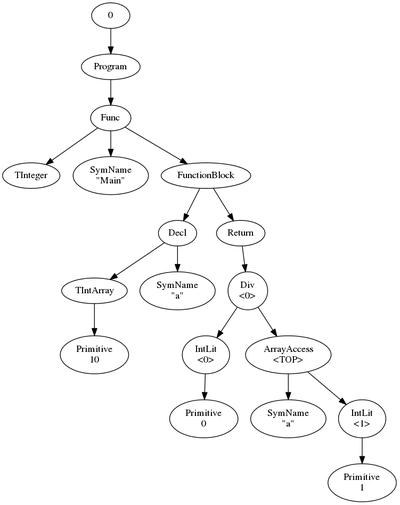
Before: typecheck/testProgram.png, a diagram exported from Graphviz (drewtaylors/cs160). Its source is kept beside it as typecheck/testProgram.dot.
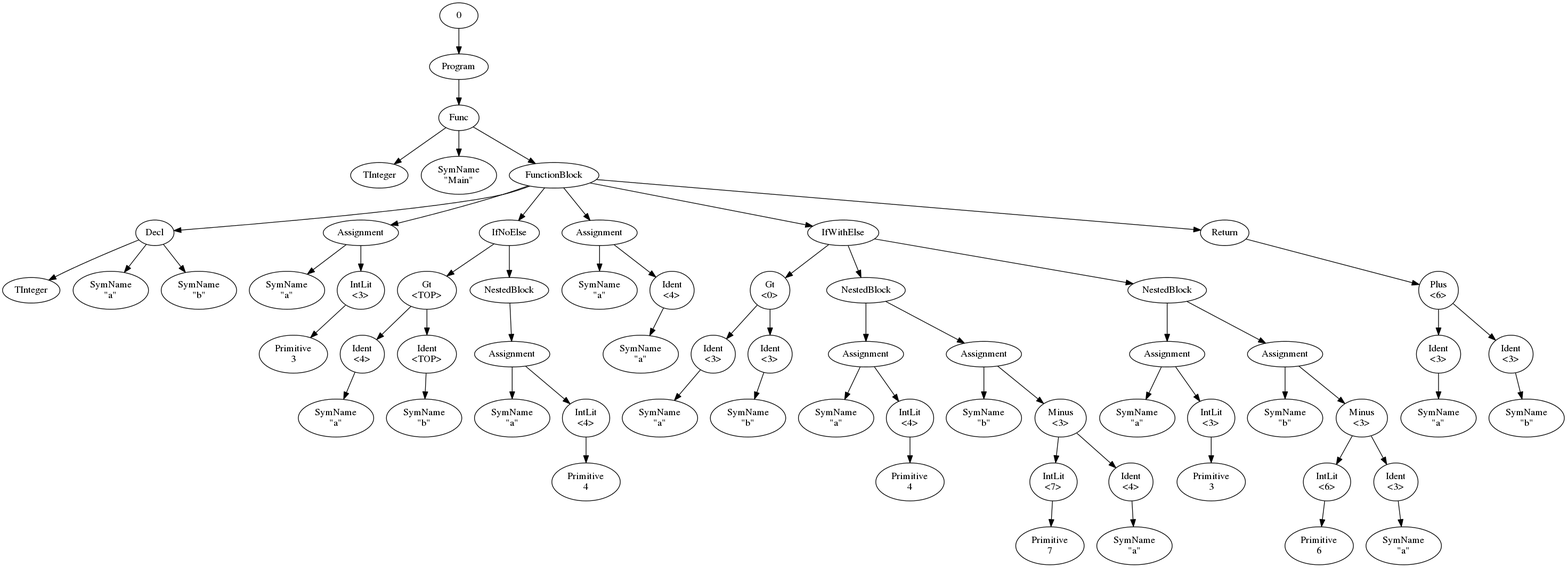
The same file after the commit.

The edit, as a diff of the source:
```diff
@@ -11,26 +11,120 @@
 "2" -> "5"
 "6" [label="Decl"]
 "5" -> "6"
-"7" [label="TIntArray"]
+"7" [label="TInteger"]
 "6" -> "7"
-"8" [label="Primitive\n10"]
-"7" -> "8"
-"9" [label="SymName\n\"a\""]
+"8" [label="SymName\n\"a\""]
+"6" -> "8"
+"9" [label="SymName\n\"b\""]
 "6" -> "9"
-"10" [label="Return"]
+"10" [label="Assignment"]
 "5" -> "10"
-"11" [label="Div\n<0>"]
+"11" [label="SymName\n\"a\""]
 "10" -> "11"
-"12" [label="IntLit\n<0>"]
-"11" -> "12"
-"13" [label="Primitive\n0"]
+"12" [label="IntLit\n<3>"]
+"10" -> "12"
+"13" [label="Primitive\n3"]
 "12" -> "13"
-"14" [label="ArrayAccess\n<TOP>"]
-"11" -> "14"
-"15" [label="SymName\n\"a\""]
+"14" [label="IfNoElse"]
+"5" -> "14"
+"15" [label="Gt\n<TOP>"]
 "14" -> "15"
-"16" [label="IntLit\n<1>"]
-"14" -> "16"
-"17" [label="Primitive\n1"]
+"16" [label="Ident\n<4>"]
+"15" -> "16"
+"17" [label="SymName\n\"a\""]
 "16" -> "17"
+"18" [label="Ident\n<TOP>"]
+"15" -> "18"
+"19" [label="SymName\n\"b\""]
+"18" -> "19"
+"20" [label="NestedBlock"]
+"14" -> "20"
+"21" [label="Assignment"]
+"20" -> "21"
+"22" [label="SymName\n\"a\""]
+"21" -> "22"
+"23" [label="IntLit\n<4>"]
+"21" -> "23"
+"24" [label="Primitive\n4"]
+"23" -> "24"
+"25" [label="Assignment"]
+"5" -> "25"
+"26" [label="SymName\n\"a\""]
+"25" -> "26"
+"27" [label="Ident\n<4>"]
+"25" -> "27"
+"28" [label="SymName\n\"a\""]
+"27" -> "28"
+"29" [label="IfWithElse"]
+"5" -> "29"
+"30" [label="Gt\n<0>"]
+"29" -> "30"
+"31" [label="Ident\n<3>"]
+"30" -> "31"
+"32" [label="SymName\n\"a\""]
+"31" -> "32"
+"33" [label="Ident\n<3>"]
+"30" -> "33"
+"34" [label="SymName\n\"b\""]
+"33" -> "34"
+"35" [label="NestedBlock"]
+"29" -> "35"
+"36" [label="Assignment"]
+"35" -> "36"
+"37" [label="SymName\n\"a\""]
+"36" -> "37"
+"38" [label="IntLit\n<4>"]
+"36" -> "38"
+"39" [label="Primitive\n4"]
+"38" -> "39"
+"40" [label="Assignment"]
+"35" -> "40"
+"41" [label="SymName\n\"b\""]
+"40" -> "41"
+"42" [label="Minus\n<3>"]
+"40" -> "42"
+"43" [label="IntLit\n<7>"]
+"42" -> "43"
+"44" [label="Primitive\n7"]
+"43" -> "44"
+"45" [label="Ident\n<4>"]
+"42" -> "45"
+"46" [label="SymName\n\"a\""]
+"45" -> "46"
+"47" [label="NestedBlock"]
+"29" -> "47"
+"48" [label="Assignment"]
+"47" -> "48"
+"49" [label="SymName\n\"a\""]
+"48" -> "49"
+"50" [label="IntLit\n<3>"]
+"48" -> "50"
+"51" [label="Primitive\n3"]
+"50" -> "51"
+"52" [label="Assignment"]
+"47" -> "52"
+"53" [label="SymName\n\"b\""]
+"52" -> "53"
+"54" [label="Minus\n<3>"]
+"52" -> "54"
+"55" [label="IntLit\n<6>"]
+"54" -> "55"
+"56" [label="Primitive\n6"]
+"55" -> "56"
+"57" [label="Ident\n<3>"]
+"54" -> "57"
+"58" [label="SymName\n\"a\""]
+"57" -> "58"
+"59" [label="Return"]
+"5" -> "59"
+"60" [label="Plus\n<6>"]
+"59" -> "60"
+"61" [label="Ident\n<3>"]
+"60" -> "61"
+"62" [label="SymName\n\"a\""]
+"61" -> "62"
+"63" [label="Ident\n<3>"]
+"60" -> "63"
+"64" [label="SymName\n\"b\""]
+"63" -> "64"
 };
```
